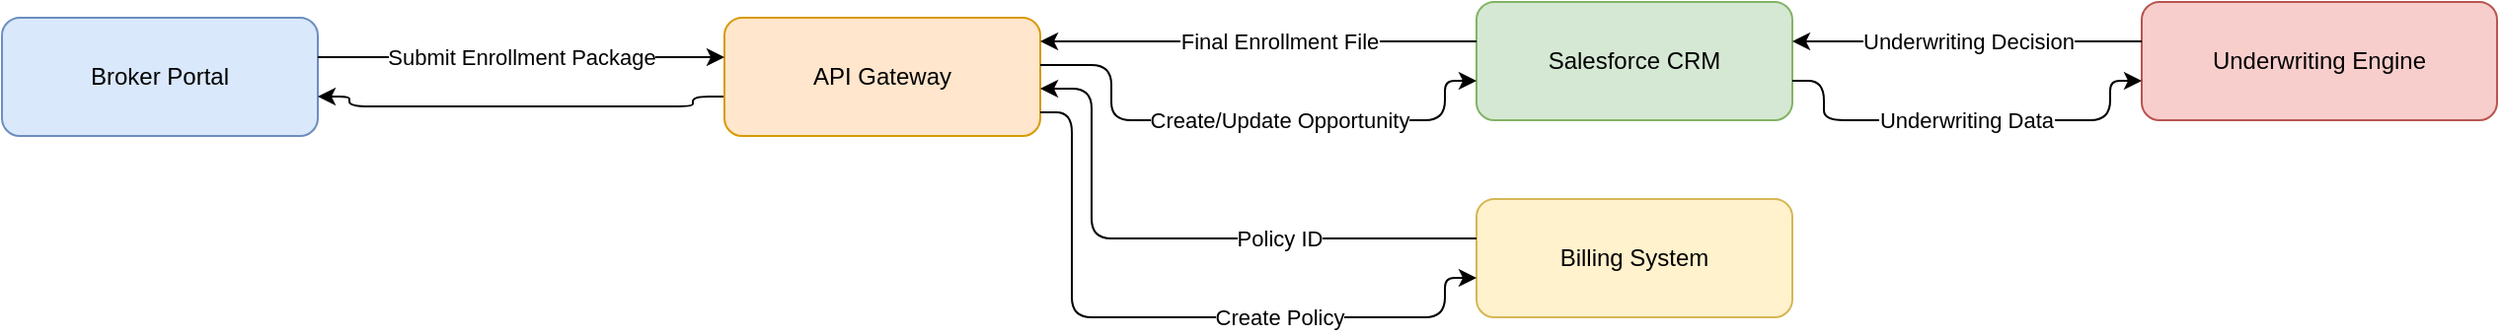
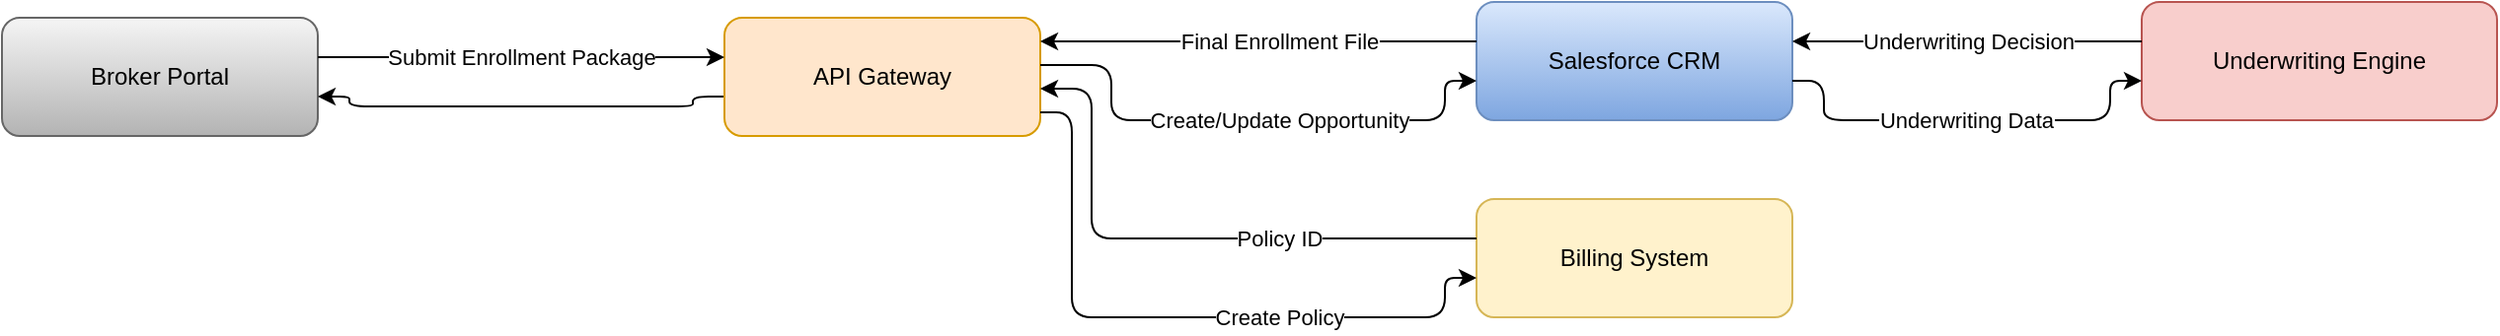
<mxfile host="app.diagrams.net">
  <diagram name="API Sequence Diagram" id="izxw_miAByLI5a-bZk4M">
    <mxGraphModel dx="1406" dy="780" grid="1" gridSize="10" guides="1" tooltips="1" connect="1" arrows="1" fold="1" page="1" pageScale="1" pageWidth="850" pageHeight="1100" math="0" shadow="0">
      <root>
        <mxCell id="0" />
        <mxCell id="1" parent="0" />
-         <mxCell id="oP7KjZqFhEcmN5TcRtWK-13" parent="1" style="rounded=1;whiteSpace=wrap;html=1;fillColor=#dae8fc;strokeColor=#6c8ebf;" value="Broker Portal" vertex="1">
+         <mxCell id="oP7KjZqFhEcmN5TcRtWK-13" parent="1" style="rounded=1;whiteSpace=wrap;html=1;fillColor=#f5f5f5;strokeColor=#666666;gradientColor=#b3b3b3;" value="Broker Portal" vertex="1">
          <mxGeometry height="60" width="160" x="40" y="128" as="geometry" />
        </mxCell>
        <mxCell id="oP7KjZqFhEcmN5TcRtWK-25" edge="1" parent="1" source="oP7KjZqFhEcmN5TcRtWK-14" style="edgeStyle=orthogonalEdgeStyle;rounded=1;orthogonalLoop=1;jettySize=auto;html=1;curved=0;exitX=0;exitY=0.6667;entryX=1;entryY=0.6667;" target="oP7KjZqFhEcmN5TcRtWK-13" value="">
          <mxGeometry relative="1" as="geometry">
            <Array as="points">
              <mxPoint x="390" y="168" />
              <mxPoint x="390" y="173" />
              <mxPoint x="216" y="173" />
              <mxPoint x="216" y="168" />
            </Array>
          </mxGeometry>
        </mxCell>
-         <mxCell id="oP7KjZqFhEcmN5TcRtWK-14" parent="1" style="rounded=1;whiteSpace=wrap;html=1;fillColor=#ffe6cc;strokeColor=#d79b00;" value="API Gateway" vertex="1">
+         <mxCell id="oP7KjZqFhEcmN5TcRtWK-14" parent="1" style="rounded=1;whiteSpace=wrap;html=1;fillColor=light-dark(#FFE6CC,#3399FF);strokeColor=#d79b00;" value="API Gateway" vertex="1">
          <mxGeometry height="60" width="160" x="406" y="128" as="geometry" />
        </mxCell>
-         <mxCell id="oP7KjZqFhEcmN5TcRtWK-15" parent="1" style="rounded=1;whiteSpace=wrap;html=1;fillColor=#d5e8d4;strokeColor=#82b366;" value="Salesforce CRM" vertex="1">
+         <mxCell id="oP7KjZqFhEcmN5TcRtWK-15" parent="1" style="rounded=1;whiteSpace=wrap;html=1;fillColor=#dae8fc;strokeColor=#6c8ebf;gradientColor=#7ea6e0;" value="Salesforce CRM" vertex="1">
          <mxGeometry height="60" width="160" x="787" y="120" as="geometry" />
        </mxCell>
        <mxCell id="oP7KjZqFhEcmN5TcRtWK-16" parent="1" style="rounded=1;whiteSpace=wrap;html=1;fillColor=#f8cecc;strokeColor=#b85450;" value="Underwriting Engine" vertex="1">
          <mxGeometry height="60" width="180" x="1124" y="120" as="geometry" />
        </mxCell>
-         <mxCell id="oP7KjZqFhEcmN5TcRtWK-17" parent="1" style="rounded=1;whiteSpace=wrap;html=1;fillColor=#fff2cc;strokeColor=#d6b656;" value="Billing System" vertex="1">
+         <mxCell id="oP7KjZqFhEcmN5TcRtWK-17" parent="1" style="rounded=1;whiteSpace=wrap;html=1;fillColor=light-dark(#fff2cc, #1e7d1c);strokeColor=#d6b656;" value="Billing System" vertex="1">
          <mxGeometry height="60" width="160" x="787" y="220" as="geometry" />
        </mxCell>
        <mxCell id="oP7KjZqFhEcmN5TcRtWK-18" edge="1" parent="1" source="oP7KjZqFhEcmN5TcRtWK-13" style="endArrow=classic;html=1;rounded=1;curved=0;exitX=1;exitY=0.3333;entryX=0;entryY=0.3333;edgeStyle=orthogonalEdgeStyle;" target="oP7KjZqFhEcmN5TcRtWK-14" value="Submit Enrollment Package">
          <mxGeometry relative="1" as="geometry">
            <mxPoint as="offset" />
            <Array as="points">
              <mxPoint x="303" y="148" />
            </Array>
          </mxGeometry>
        </mxCell>
        <mxCell id="oP7KjZqFhEcmN5TcRtWK-19" edge="1" parent="1" source="oP7KjZqFhEcmN5TcRtWK-14" style="endArrow=classic;html=1;rounded=1;curved=0;exitX=1;exitY=0.4;entryX=0;entryY=0.6667;edgeStyle=orthogonalEdgeStyle;" target="oP7KjZqFhEcmN5TcRtWK-15" value="Create/Update Opportunity">
          <mxGeometry relative="1" as="geometry">
            <mxPoint x="14" as="offset" />
            <Array as="points">
              <mxPoint x="602" y="152" />
              <mxPoint x="602" y="180" />
              <mxPoint x="771" y="180" />
              <mxPoint x="771" y="160" />
            </Array>
          </mxGeometry>
        </mxCell>
        <mxCell id="oP7KjZqFhEcmN5TcRtWK-20" edge="1" parent="1" source="oP7KjZqFhEcmN5TcRtWK-15" style="endArrow=classic;html=1;rounded=1;curved=0;exitX=1;exitY=0.6667;entryX=0;entryY=0.6667;edgeStyle=orthogonalEdgeStyle;" target="oP7KjZqFhEcmN5TcRtWK-16" value="Underwriting Data">
          <mxGeometry relative="1" as="geometry">
            <mxPoint as="offset" />
            <Array as="points">
              <mxPoint x="963" y="160" />
              <mxPoint x="963" y="180" />
              <mxPoint x="1108" y="180" />
              <mxPoint x="1108" y="160" />
            </Array>
          </mxGeometry>
        </mxCell>
        <mxCell id="oP7KjZqFhEcmN5TcRtWK-21" edge="1" parent="1" source="oP7KjZqFhEcmN5TcRtWK-16" style="endArrow=classic;html=1;rounded=1;curved=0;exitX=0;exitY=0.3333;entryX=1;entryY=0.3333;edgeStyle=orthogonalEdgeStyle;" target="oP7KjZqFhEcmN5TcRtWK-15" value="Underwriting Decision">
          <mxGeometry relative="1" as="geometry">
            <mxPoint as="offset" />
            <Array as="points">
              <mxPoint x="1035.5" y="140" />
            </Array>
          </mxGeometry>
        </mxCell>
        <mxCell id="oP7KjZqFhEcmN5TcRtWK-22" edge="1" parent="1" source="oP7KjZqFhEcmN5TcRtWK-15" style="endArrow=classic;html=1;rounded=1;curved=0;exitX=0;exitY=0.3333;entryX=1;entryY=0.2;edgeStyle=orthogonalEdgeStyle;" target="oP7KjZqFhEcmN5TcRtWK-14" value="Final Enrollment File">
          <mxGeometry relative="1" as="geometry">
            <mxPoint x="10" as="offset" />
            <Array as="points">
              <mxPoint x="676.5" y="140" />
            </Array>
          </mxGeometry>
        </mxCell>
        <mxCell id="oP7KjZqFhEcmN5TcRtWK-23" edge="1" parent="1" source="oP7KjZqFhEcmN5TcRtWK-14" style="endArrow=classic;html=1;rounded=1;curved=0;exitX=1;exitY=0.8;entryX=0;entryY=0.6667;edgeStyle=orthogonalEdgeStyle;" target="oP7KjZqFhEcmN5TcRtWK-17" value="Create Policy">
          <mxGeometry relative="1" as="geometry">
            <mxPoint x="52" as="offset" />
            <Array as="points">
              <mxPoint x="582" y="176" />
              <mxPoint x="582" y="280" />
              <mxPoint x="771" y="280" />
              <mxPoint x="771" y="260" />
            </Array>
          </mxGeometry>
        </mxCell>
        <mxCell id="oP7KjZqFhEcmN5TcRtWK-24" edge="1" parent="1" source="oP7KjZqFhEcmN5TcRtWK-17" style="endArrow=classic;html=1;rounded=1;curved=0;exitX=0;exitY=0.3333;entryX=1;entryY=0.6;edgeStyle=orthogonalEdgeStyle;" target="oP7KjZqFhEcmN5TcRtWK-14" value="Policy ID">
          <mxGeometry relative="1" as="geometry">
            <mxPoint x="48" as="offset" />
            <Array as="points">
              <mxPoint x="592" y="240" />
              <mxPoint x="592" y="164" />
            </Array>
          </mxGeometry>
        </mxCell>
      </root>
    </mxGraphModel>
  </diagram>
</mxfile>
